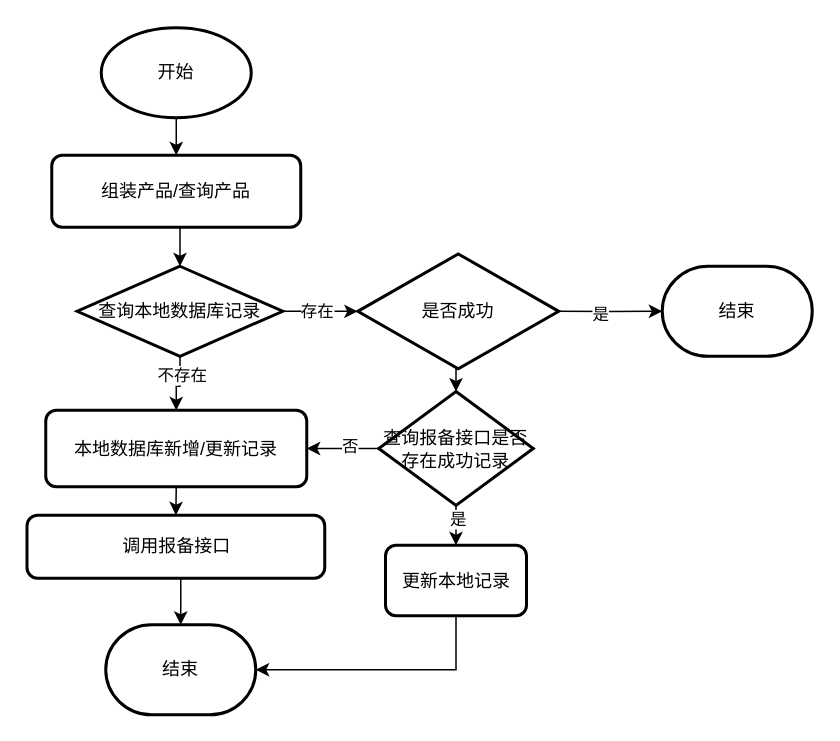
Earlier version of the draw.io diagram page "主流程" (1 of 3) of 报备.drawio (fengyong7723131/work). Source tidied: cells renumbered, new cells numbered last; positions are measured from the earlier drawing's top-left corner, leaving out a move shared by most shapes. Both pictures are drawn from the tidied source at 150%, with x=0, y=0 at pixel (26, 27).
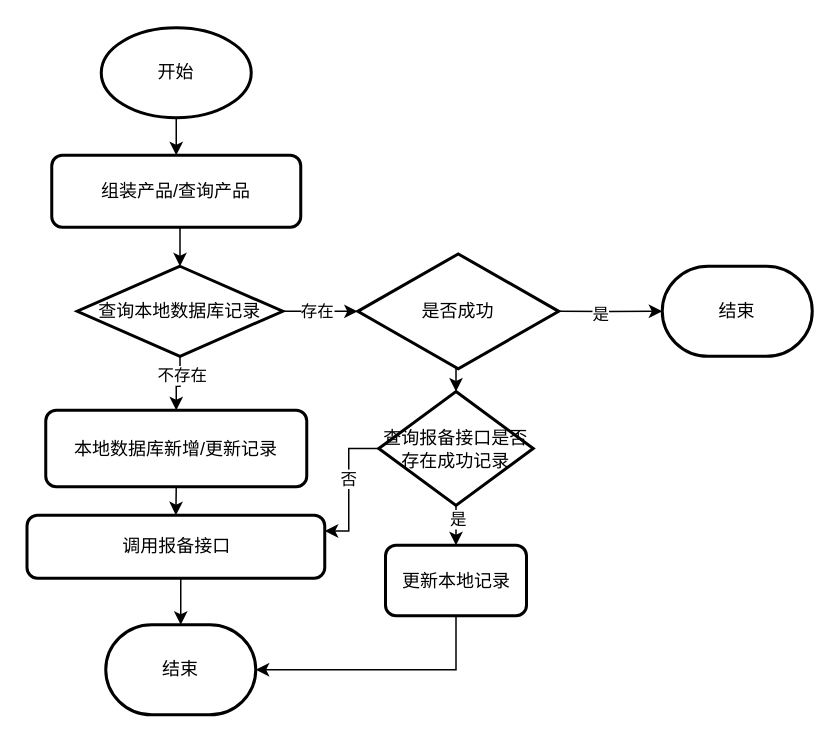
After the change.

Unchanged cells that the change refers to:
```xml
<mxCell id="7" value="本地数据库新增/更新记录" style="rounded=1;whiteSpace=wrap;html=1;absoluteArcSize=1;arcSize=14;strokeWidth=2;" parent="1" vertex="1">
  <mxGeometry x="13" y="255" width="174" height="51" as="geometry" />
</mxCell>
<mxCell id="9" value="调用报备接口" style="rounded=1;whiteSpace=wrap;html=1;absoluteArcSize=1;arcSize=14;strokeWidth=2;" parent="1" vertex="1">
  <mxGeometry x="0.5" y="325" width="198.5" height="42" as="geometry" />
</mxCell>
<mxCell id="25" value="&lt;span&gt;查询报备接口是否存在成功记录&lt;/span&gt;" style="strokeWidth=2;html=1;shape=mxgraph.flowchart.decision;whiteSpace=wrap;" parent="1" vertex="1">
  <mxGeometry x="235" y="242.5" width="103" height="76" as="geometry" />
</mxCell>
```

Diff of the diagram source:
```diff
@@
-    <mxCell id="21" style="edgeStyle=orthogonalEdgeStyle;rounded=0;jettySize=auto;html=1;exitX=0;exitY=0.5;exitDx=0;exitDy=0;exitPerimeter=0;" parent="1" edge="1" source="25" target="7">
+    <mxCell id="21" style="edgeStyle=orthogonalEdgeStyle;rounded=0;jettySize=auto;html=1;exitX=0;exitY=0.5;exitDx=0;exitDy=0;exitPerimeter=0;entryX=1;entryY=0.25;entryDx=0;entryDy=0;" parent="1" edge="1" source="25" target="9">
       <mxGeometry relative="1" as="geometry" />
     </mxCell>
```
